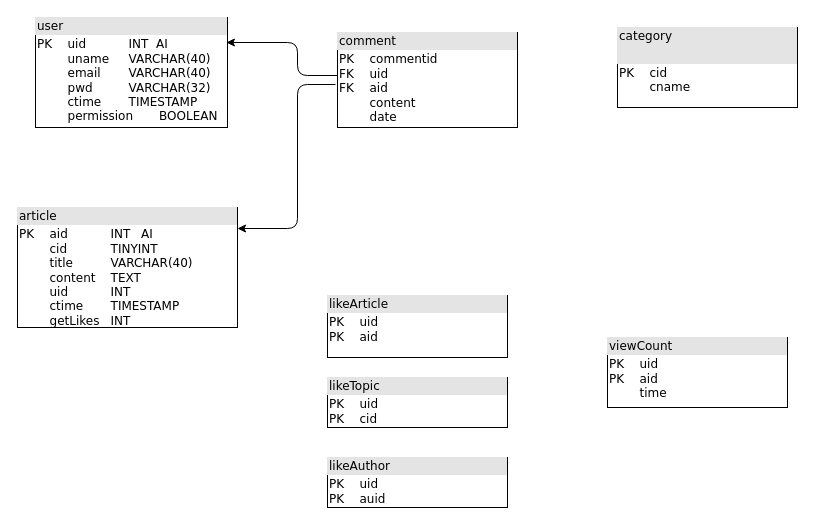
fluyrfy/NoteBlog keeps this draw.io diagram as SA/資料庫規劃.drawio. Above is the earlier version. Source tidied: cells renumbered, new cells numbered last; positions are measured from the earlier drawing's top-left corner, leaving out a move shared by most shapes. Both pictures are drawn from the tidied source at 100%, with x=0, y=0 at pixel (17, 17).
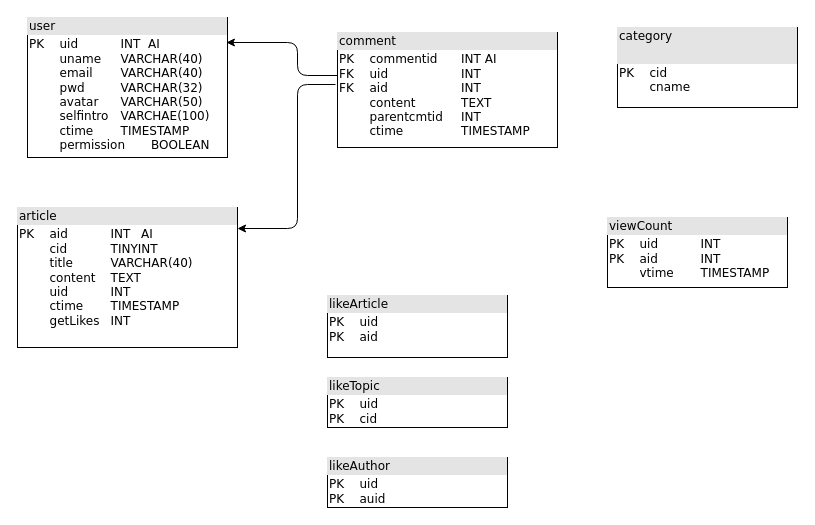
The same diagram, later.

Change to the diagram source:
```diff
@@
 <mxGraphModel>
   <root>
     <mxCell id="0" />
     <mxCell id="1" parent="0" />
-    <mxCell id="2" value="&lt;div style=&quot;box-sizing: border-box ; width: 100% ; background: #e4e4e4 ; padding: 2px&quot;&gt;article&lt;/div&gt;&lt;table style=&quot;width: 100% ; font-size: 1em&quot; cellpadding=&quot;2&quot; cellspacing=&quot;0&quot;&gt;&lt;tbody&gt;&lt;tr&gt;&lt;td&gt;PK&lt;span&gt;&#9;&lt;span style=&quot;white-space: pre&quot;&gt;&#9;&lt;/span&gt;&lt;/span&gt;aid&lt;span&gt;&#9;&lt;span style=&quot;white-space: pre&quot;&gt;&#9;&lt;/span&gt;&lt;span style=&quot;white-space: pre&quot;&gt;&#9;&lt;/span&gt;&lt;/span&gt;INT&lt;span style=&quot;white-space: pre&quot;&gt;&#9;&lt;/span&gt;AI&lt;br&gt;&lt;span&gt;&#9;&lt;/span&gt;&lt;span style=&quot;white-space: pre&quot;&gt;&#9;&lt;/span&gt;cid&lt;span style=&quot;white-space: pre&quot;&gt;&#9;&lt;/span&gt;&lt;span style=&quot;white-space: pre&quot;&gt;&#9;&lt;/span&gt;TINYINT&lt;span&gt;&lt;/span&gt;&lt;br&gt;&lt;span&gt;&#9;&lt;/span&gt;&lt;span&gt;&#9;&lt;/span&gt;&lt;span style=&quot;white-space: pre&quot;&gt;&#9;&lt;/span&gt;title&lt;span style=&quot;white-space: pre&quot;&gt;&#9;&lt;/span&gt;&lt;span style=&quot;white-space: pre&quot;&gt;&#9;&lt;/span&gt;VARCHAR(40)&lt;br&gt;&lt;span&gt;&#9;&lt;/span&gt;&lt;span&gt;&#9;&lt;/span&gt;&lt;span style=&quot;white-space: pre&quot;&gt;&#9;&lt;/span&gt;content&lt;span style=&quot;white-space: pre&quot;&gt;&#9;&lt;/span&gt;TEXT&lt;br&gt;&lt;span&gt;&#9;&lt;/span&gt;&lt;span style=&quot;white-space: pre&quot;&gt;&#9;&lt;/span&gt;uid&lt;span style=&quot;white-space: pre&quot;&gt;&#9;&lt;/span&gt;&lt;span style=&quot;white-space: pre&quot;&gt;&#9;&lt;/span&gt;INT&lt;br&gt;&lt;span&gt;&#9;&lt;/span&gt;&lt;span style=&quot;white-space: pre&quot;&gt;&#9;&lt;/span&gt;ctime&lt;span style=&quot;white-space: pre&quot;&gt;&#9;&lt;/span&gt;TIMESTAMP&lt;br&gt;&lt;span&gt;&#9;&lt;/span&gt;&lt;span&gt;&#9;&lt;/span&gt;&lt;span style=&quot;white-space: pre&quot;&gt;&#9;&lt;/span&gt;getLikes&lt;span style=&quot;white-space: pre&quot;&gt;&#9;&lt;/span&gt;INT&lt;br&gt;&lt;/td&gt;&lt;td&gt;&lt;/td&gt;&lt;/tr&gt;&lt;/tbody&gt;&lt;/table&gt;" style="verticalAlign=top;align=left;overflow=fill;html=1;rounded=0;shadow=0;comic=0;labelBackgroundColor=none;strokeWidth=1;fontFamily=Verdana;fontSize=12;" parent="1" vertex="1">
-      <mxGeometry y="190" width="220" height="120" as="geometry" />
+    <mxCell id="2" value="&lt;div style=&quot;box-sizing: border-box ; width: 100% ; background: #e4e4e4 ; padding: 2px&quot;&gt;article&lt;/div&gt;&lt;table style=&quot;width: 100% ; font-size: 1em&quot; cellpadding=&quot;2&quot; cellspacing=&quot;0&quot;&gt;&lt;tbody&gt;&lt;tr&gt;&lt;td&gt;PK&lt;span&gt;&#9;&lt;span style=&quot;white-space: pre&quot;&gt;&#9;&lt;/span&gt;&lt;/span&gt;aid&lt;span&gt;&#9;&lt;span style=&quot;white-space: pre&quot;&gt;&#9;&lt;/span&gt;&lt;span style=&quot;white-space: pre&quot;&gt;&#9;&lt;/span&gt;&lt;/span&gt;INT&lt;span style=&quot;white-space: pre&quot;&gt;&#9;&lt;/span&gt;AI&lt;br&gt;&lt;span&gt;&#9;&lt;/span&gt;&lt;span style=&quot;white-space: pre&quot;&gt;&#9;&lt;/span&gt;cid&lt;span style=&quot;white-space: pre&quot;&gt;&#9;&lt;/span&gt;&lt;span style=&quot;white-space: pre&quot;&gt;&#9;&lt;/span&gt;TINYINT&lt;span&gt;&lt;/span&gt;&lt;br&gt;&lt;span&gt;&#9;&lt;/span&gt;&lt;span&gt;&#9;&lt;/span&gt;&lt;span style=&quot;white-space: pre&quot;&gt;&#9;&lt;/span&gt;title&lt;span style=&quot;white-space: pre&quot;&gt;&#9;&lt;/span&gt;&lt;span style=&quot;white-space: pre&quot;&gt;&#9;&lt;/span&gt;VARCHAR(40)&lt;br&gt;&lt;span&gt;&#9;&lt;/span&gt;&lt;span&gt;&#9;&lt;/span&gt;&lt;span style=&quot;white-space: pre&quot;&gt;&#9;&lt;/span&gt;content&lt;span style=&quot;white-space: pre&quot;&gt;&#9;&lt;/span&gt;TEXT&lt;br&gt;&lt;span&gt;&#9;&lt;/span&gt;&lt;span style=&quot;white-space: pre&quot;&gt;&#9;&lt;/span&gt;uid&lt;span style=&quot;white-space: pre&quot;&gt;&#9;&lt;/span&gt;&lt;span style=&quot;white-space: pre&quot;&gt;&#9;&lt;/span&gt;INT&lt;br&gt;&lt;span&gt;&#9;&lt;/span&gt;&lt;span style=&quot;white-space: pre&quot;&gt;&#9;&lt;/span&gt;ctime&lt;span style=&quot;white-space: pre&quot;&gt;&#9;&lt;/span&gt;TIMESTAMP&lt;br&gt;&lt;span&gt;&#9;&lt;/span&gt;&lt;span&gt;&#9;&lt;/span&gt;&lt;span style=&quot;white-space: pre&quot;&gt;&#9;&lt;/span&gt;getLikes&lt;span style=&quot;white-space: pre&quot;&gt;&#9;&lt;/span&gt;INT&lt;br&gt;&lt;br&gt;&lt;/td&gt;&lt;td&gt;&lt;/td&gt;&lt;/tr&gt;&lt;/tbody&gt;&lt;/table&gt;" style="verticalAlign=top;align=left;overflow=fill;html=1;rounded=0;shadow=0;comic=0;labelBackgroundColor=none;strokeWidth=1;fontFamily=Verdana;fontSize=12;" parent="1" vertex="1">
+      <mxGeometry y="190" width="220" height="140" as="geometry" />
     </mxCell>
-    <mxCell id="3" value="&lt;div style=&quot;box-sizing: border-box ; width: 100% ; background: #e4e4e4 ; padding: 2px&quot;&gt;user&lt;/div&gt;&lt;table style=&quot;width: 100% ; font-size: 1em&quot; cellpadding=&quot;2&quot; cellspacing=&quot;0&quot;&gt;&lt;tbody&gt;&lt;tr&gt;&lt;td&gt;PK&lt;span style=&quot;white-space: pre&quot;&gt;&#9;&lt;/span&gt;uid&lt;span style=&quot;white-space: pre&quot;&gt;&#9;&lt;span style=&quot;white-space: pre&quot;&gt;&#9;&lt;/span&gt;&lt;/span&gt;INT&amp;nbsp; AI&lt;span style=&quot;white-space: pre&quot;&gt;&#9;&lt;/span&gt;&lt;br&gt;&lt;span style=&quot;white-space: pre&quot;&gt;&#9;&lt;/span&gt;uname&lt;span style=&quot;white-space: pre&quot;&gt;&#9;&lt;/span&gt;VARCHAR(40)&lt;br&gt;&lt;span style=&quot;white-space: pre&quot;&gt;&#9;&lt;/span&gt;email&lt;span style=&quot;white-space: pre&quot;&gt;&#9;&lt;/span&gt;VARCHAR(40)&lt;br&gt;&lt;span style=&quot;white-space: pre&quot;&gt;&#9;&lt;/span&gt;pwd&lt;span style=&quot;white-space: pre&quot;&gt;&#9;&lt;/span&gt;&lt;span style=&quot;white-space: pre&quot;&gt;&#9;&lt;/span&gt;VARCHAR(32)&lt;br&gt;&lt;span style=&quot;white-space: pre&quot;&gt;&#9;&lt;/span&gt;ctime&lt;span style=&quot;white-space: pre&quot;&gt;&#9;&lt;/span&gt;TIMESTAMP&lt;br&gt;&lt;span style=&quot;white-space: pre&quot;&gt;&#9;&lt;/span&gt;permission&lt;span style=&quot;white-space: pre&quot;&gt;&#9;&lt;/span&gt;BOOLEAN&lt;br&gt;&lt;/td&gt;&lt;td&gt;&lt;/td&gt;&lt;/tr&gt;&lt;/tbody&gt;&lt;/table&gt;" style="verticalAlign=top;align=left;overflow=fill;html=1;rounded=0;shadow=0;comic=0;labelBackgroundColor=none;strokeWidth=1;fontFamily=Verdana;fontSize=12;" parent="1" vertex="1">
-      <mxGeometry x="18" width="192" height="110" as="geometry" />
+    <mxCell id="3" value="&lt;div style=&quot;box-sizing: border-box ; width: 100% ; background: #e4e4e4 ; padding: 2px&quot;&gt;user&lt;/div&gt;&lt;table style=&quot;width: 100% ; font-size: 1em&quot; cellpadding=&quot;2&quot; cellspacing=&quot;0&quot;&gt;&lt;tbody&gt;&lt;tr&gt;&lt;td&gt;PK&lt;span style=&quot;white-space: pre&quot;&gt;&#9;&lt;/span&gt;uid&lt;span style=&quot;white-space: pre&quot;&gt;&#9;&lt;span style=&quot;white-space: pre&quot;&gt;&#9;&lt;/span&gt;&lt;/span&gt;INT&amp;nbsp; AI&lt;span style=&quot;white-space: pre&quot;&gt;&#9;&lt;/span&gt;&lt;br&gt;&lt;span style=&quot;white-space: pre&quot;&gt;&#9;&lt;/span&gt;uname&lt;span style=&quot;white-space: pre&quot;&gt;&#9;&lt;/span&gt;VARCHAR(40)&lt;br&gt;&lt;span style=&quot;white-space: pre&quot;&gt;&#9;&lt;/span&gt;email&lt;span style=&quot;white-space: pre&quot;&gt;&#9;&lt;/span&gt;VARCHAR(40)&lt;br&gt;&lt;span style=&quot;white-space: pre&quot;&gt;&#9;&lt;/span&gt;pwd&lt;span style=&quot;white-space: pre&quot;&gt;&#9;&lt;/span&gt;&lt;span style=&quot;white-space: pre&quot;&gt;&#9;&lt;/span&gt;VARCHAR(32)&lt;br&gt;&lt;span style=&quot;white-space: pre&quot;&gt;&#9;&lt;/span&gt;avatar&lt;span style=&quot;white-space: pre&quot;&gt;&#9;&lt;/span&gt;VARCHAR(50)&lt;br&gt;&lt;span style=&quot;white-space: pre&quot;&gt;&#9;&lt;/span&gt;selfintro&lt;span style=&quot;white-space: pre&quot;&gt;&#9;&lt;/span&gt;VARCHAE(100)&lt;br&gt;&lt;span style=&quot;white-space: pre&quot;&gt;&#9;&lt;/span&gt;ctime&lt;span style=&quot;white-space: pre&quot;&gt;&#9;&lt;/span&gt;TIMESTAMP&lt;br&gt;&lt;span style=&quot;white-space: pre&quot;&gt;&#9;&lt;/span&gt;permission&lt;span style=&quot;white-space: pre&quot;&gt;&#9;&lt;/span&gt;BOOLEAN&lt;br&gt;&lt;/td&gt;&lt;td&gt;&lt;/td&gt;&lt;/tr&gt;&lt;/tbody&gt;&lt;/table&gt;" style="verticalAlign=top;align=left;overflow=fill;html=1;rounded=0;shadow=0;comic=0;labelBackgroundColor=none;strokeWidth=1;fontFamily=Verdana;fontSize=12;" parent="1" vertex="1">
+      <mxGeometry x="10" width="200" height="140" as="geometry" />
     </mxCell>
-    <mxCell id="4" value="&lt;div style=&quot;box-sizing: border-box ; width: 100% ; background: #e4e4e4 ; padding: 2px&quot;&gt;comment&lt;/div&gt;&lt;table style=&quot;width: 100% ; font-size: 1em&quot; cellpadding=&quot;2&quot; cellspacing=&quot;0&quot;&gt;&lt;tbody&gt;&lt;tr&gt;&lt;td&gt;PK&lt;span style=&quot;white-space: pre&quot;&gt;&#9;&lt;/span&gt;commentid&lt;br&gt;FK&lt;span style=&quot;white-space: pre&quot;&gt;&#9;&lt;/span&gt;uid&lt;br&gt;FK&lt;span style=&quot;white-space: pre&quot;&gt;&#9;&lt;/span&gt;aid&lt;br&gt;&lt;span style=&quot;white-space: pre&quot;&gt;&#9;&lt;/span&gt;content&lt;br&gt;&lt;span style=&quot;white-space: pre&quot;&gt;&#9;&lt;/span&gt;date&lt;br&gt;&lt;/td&gt;&lt;td&gt;&lt;/td&gt;&lt;/tr&gt;&lt;/tbody&gt;&lt;/table&gt;" style="verticalAlign=top;align=left;overflow=fill;html=1;rounded=0;shadow=0;comic=0;labelBackgroundColor=none;strokeWidth=1;fontFamily=Verdana;fontSize=12;" parent="1" vertex="1">
-      <mxGeometry x="320" y="15" width="180" height="95" as="geometry" />
+    <mxCell id="4" value="&lt;div style=&quot;box-sizing: border-box ; width: 100% ; background: #e4e4e4 ; padding: 2px&quot;&gt;comment&lt;/div&gt;&lt;table style=&quot;width: 100% ; font-size: 1em&quot; cellpadding=&quot;2&quot; cellspacing=&quot;0&quot;&gt;&lt;tbody&gt;&lt;tr&gt;&lt;td&gt;PK&lt;span style=&quot;white-space: pre&quot;&gt;&#9;&lt;/span&gt;commentid&lt;span style=&quot;white-space: pre&quot;&gt;&#9;&lt;/span&gt;INT AI&lt;br&gt;FK&lt;span style=&quot;white-space: pre&quot;&gt;&#9;&lt;/span&gt;uid&lt;span style=&quot;white-space: pre&quot;&gt;&#9;&lt;/span&gt;&lt;span style=&quot;white-space: pre&quot;&gt;&#9;&lt;/span&gt;&lt;span style=&quot;white-space: pre&quot;&gt;&#9;&lt;/span&gt;INT&lt;br&gt;FK&lt;span style=&quot;white-space: pre&quot;&gt;&#9;&lt;/span&gt;aid&lt;span style=&quot;white-space: pre&quot;&gt;&#9;&lt;/span&gt;&lt;span style=&quot;white-space: pre&quot;&gt;&#9;&lt;/span&gt;&lt;span style=&quot;white-space: pre&quot;&gt;&#9;&lt;/span&gt;INT&lt;br&gt;&lt;span style=&quot;white-space: pre&quot;&gt;&#9;&lt;/span&gt;content&lt;span style=&quot;white-space: pre&quot;&gt;&#9;&lt;/span&gt;&lt;span style=&quot;white-space: pre&quot;&gt;&#9;&lt;/span&gt;TEXT&lt;br&gt;&lt;span style=&quot;white-space: pre&quot;&gt;&#9;&lt;/span&gt;parentcmtid&lt;span style=&quot;white-space: pre&quot;&gt;&#9;&lt;/span&gt;INT&lt;br&gt;&lt;span style=&quot;white-space: pre&quot;&gt;&#9;&lt;/span&gt;ctime&lt;span style=&quot;white-space: pre&quot;&gt;&#9;&lt;/span&gt;&lt;span style=&quot;white-space: pre&quot;&gt;&#9;&lt;/span&gt;TIMESTAMP&lt;br&gt;&lt;/td&gt;&lt;td&gt;&lt;/td&gt;&lt;/tr&gt;&lt;/tbody&gt;&lt;/table&gt;" style="verticalAlign=top;align=left;overflow=fill;html=1;rounded=0;shadow=0;comic=0;labelBackgroundColor=none;strokeWidth=1;fontFamily=Verdana;fontSize=12;" parent="1" vertex="1">
+      <mxGeometry x="320" y="15" width="220" height="115" as="geometry" />
     </mxCell>
     <mxCell id="5" style="endArrow=classic;html=1;entryX=0.994;entryY=0.157;entryDx=0;entryDy=0;entryPerimeter=0;exitX=0;exitY=0.5;exitDx=0;exitDy=0;" parent="1" edge="1">
       <mxGeometry relative="1" as="geometry">
         <mxPoint x="320" y="58" as="sourcePoint" />
         <mxPoint x="208.9" y="25" as="targetPoint" />
         <Array as="points">
           <mxPoint x="280" y="58" />
           <mxPoint x="280" y="25" />
         </Array>
       </mxGeometry>
     </mxCell>
     <mxCell id="6" style="endArrow=classic;html=1;" parent="1" edge="1">
       <mxGeometry relative="1" as="geometry">
         <mxPoint x="318" y="67" as="sourcePoint" />
         <mxPoint x="220" y="211" as="targetPoint" />
         <Array as="points">
           <mxPoint x="280" y="67" />
           <mxPoint x="280" y="211" />
         </Array>
       </mxGeometry>
     </mxCell>
     <mxCell id="7" value="&lt;div style=&quot;box-sizing: border-box ; width: 100% ; background: #e4e4e4 ; padding: 2px&quot;&gt;likeArticle&lt;/div&gt;&lt;table style=&quot;width: 100% ; font-size: 1em&quot; cellpadding=&quot;2&quot; cellspacing=&quot;0&quot;&gt;&lt;tbody&gt;&lt;tr&gt;&lt;td&gt;PK&lt;span style=&quot;white-space: pre&quot;&gt;&#9;&lt;/span&gt;uid&lt;br&gt;PK&lt;span style=&quot;white-space: pre&quot;&gt;&#9;&lt;/span&gt;aid&lt;br&gt;&lt;/td&gt;&lt;td&gt;&lt;/td&gt;&lt;/tr&gt;&lt;/tbody&gt;&lt;/table&gt;" style="verticalAlign=top;align=left;overflow=fill;html=1;rounded=0;shadow=0;comic=0;labelBackgroundColor=none;strokeWidth=1;fontFamily=Verdana;fontSize=12;" parent="1" vertex="1">
       <mxGeometry x="310" y="278" width="180" height="62" as="geometry" />
     </mxCell>
     <mxCell id="8" value="&lt;div style=&quot;box-sizing: border-box ; width: 100% ; background: #e4e4e4 ; padding: 2px&quot;&gt;category&lt;/div&gt;&lt;div style=&quot;box-sizing: border-box ; width: 100% ; background: #e4e4e4 ; padding: 2px&quot;&gt;&lt;br&gt;&lt;/div&gt;&lt;table style=&quot;width: 100% ; font-size: 1em&quot; cellpadding=&quot;2&quot; cellspacing=&quot;0&quot;&gt;&lt;tbody&gt;&lt;tr&gt;&lt;td&gt;PK&lt;span style=&quot;white-space: pre&quot;&gt;&#9;&lt;/span&gt;cid&lt;br&gt;&lt;span style=&quot;white-space: pre&quot;&gt;&#9;&lt;/span&gt;cname&lt;br&gt;&lt;br&gt;&lt;/td&gt;&lt;td&gt;&lt;/td&gt;&lt;/tr&gt;&lt;/tbody&gt;&lt;/table&gt;" style="verticalAlign=top;align=left;overflow=fill;html=1;rounded=0;shadow=0;comic=0;labelBackgroundColor=none;strokeWidth=1;fontFamily=Verdana;fontSize=12;" parent="1" vertex="1">
       <mxGeometry x="600" y="10" width="180" height="80" as="geometry" />
     </mxCell>
-    <mxCell id="9" value="&lt;div style=&quot;box-sizing: border-box ; width: 100% ; background: #e4e4e4 ; padding: 2px&quot;&gt;viewCount&lt;/div&gt;&lt;table style=&quot;width: 100% ; font-size: 1em&quot; cellpadding=&quot;2&quot; cellspacing=&quot;0&quot;&gt;&lt;tbody&gt;&lt;tr&gt;&lt;td&gt;PK&lt;span style=&quot;white-space: pre&quot;&gt;&#9;&lt;/span&gt;uid&lt;br&gt;PK&lt;span style=&quot;white-space: pre&quot;&gt;&#9;&lt;/span&gt;aid&lt;br&gt;&lt;span style=&quot;white-space: pre&quot;&gt;&#9;&lt;/span&gt;time&lt;br&gt;&lt;/td&gt;&lt;td&gt;&lt;/td&gt;&lt;/tr&gt;&lt;/tbody&gt;&lt;/table&gt;" style="verticalAlign=top;align=left;overflow=fill;html=1;rounded=0;shadow=0;comic=0;labelBackgroundColor=none;strokeWidth=1;fontFamily=Verdana;fontSize=12;" parent="1" vertex="1">
-      <mxGeometry x="590" y="320" width="180" height="70" as="geometry" />
+    <mxCell id="9" value="&lt;div style=&quot;box-sizing: border-box ; width: 100% ; background: #e4e4e4 ; padding: 2px&quot;&gt;viewCount&lt;/div&gt;&lt;table style=&quot;width: 100% ; font-size: 1em&quot; cellpadding=&quot;2&quot; cellspacing=&quot;0&quot;&gt;&lt;tbody&gt;&lt;tr&gt;&lt;td&gt;PK&lt;span style=&quot;white-space: pre&quot;&gt;&#9;&lt;/span&gt;uid&lt;span style=&quot;white-space: pre&quot;&gt;&#9;&lt;/span&gt;&lt;span style=&quot;white-space: pre&quot;&gt;&#9;&lt;/span&gt;INT&lt;br&gt;PK&lt;span style=&quot;white-space: pre&quot;&gt;&#9;&lt;/span&gt;aid&lt;span style=&quot;white-space: pre&quot;&gt;&#9;&lt;/span&gt;&lt;span style=&quot;white-space: pre&quot;&gt;&#9;&lt;/span&gt;INT&lt;br&gt;&lt;span style=&quot;white-space: pre&quot;&gt;&#9;&lt;/span&gt;vtime&lt;span style=&quot;white-space: pre&quot;&gt;&#9;&lt;/span&gt;TIMESTAMP&lt;br&gt;&lt;/td&gt;&lt;td&gt;&lt;/td&gt;&lt;/tr&gt;&lt;/tbody&gt;&lt;/table&gt;" style="verticalAlign=top;align=left;overflow=fill;html=1;rounded=0;shadow=0;comic=0;labelBackgroundColor=none;strokeWidth=1;fontFamily=Verdana;fontSize=12;" parent="1" vertex="1">
+      <mxGeometry x="590" y="200" width="180" height="70" as="geometry" />
     </mxCell>
     <mxCell id="10" value="&lt;div style=&quot;box-sizing: border-box ; width: 100% ; background: #e4e4e4 ; padding: 2px&quot;&gt;likeTopic&lt;/div&gt;&lt;table style=&quot;width: 100% ; font-size: 1em&quot; cellpadding=&quot;2&quot; cellspacing=&quot;0&quot;&gt;&lt;tbody&gt;&lt;tr&gt;&lt;td&gt;PK&lt;span style=&quot;white-space: pre&quot;&gt;&#9;&lt;/span&gt;uid&lt;br&gt;PK&lt;span style=&quot;white-space: pre&quot;&gt;&#9;&lt;/span&gt;cid&lt;br&gt;&lt;/td&gt;&lt;td&gt;&lt;/td&gt;&lt;/tr&gt;&lt;/tbody&gt;&lt;/table&gt;" style="verticalAlign=top;align=left;overflow=fill;html=1;rounded=0;shadow=0;comic=0;labelBackgroundColor=none;strokeWidth=1;fontFamily=Verdana;fontSize=12;" parent="1" vertex="1">
       <mxGeometry x="310" y="360" width="180" height="50" as="geometry" />
     </mxCell>
     <mxCell id="11" value="&lt;div style=&quot;box-sizing: border-box ; width: 100% ; background: #e4e4e4 ; padding: 2px&quot;&gt;likeAuthor&lt;/div&gt;&lt;table style=&quot;width: 100% ; font-size: 1em&quot; cellpadding=&quot;2&quot; cellspacing=&quot;0&quot;&gt;&lt;tbody&gt;&lt;tr&gt;&lt;td&gt;PK&lt;span style=&quot;white-space: pre&quot;&gt;&#9;&lt;/span&gt;uid&lt;br&gt;PK&lt;span style=&quot;white-space: pre&quot;&gt;&#9;&lt;/span&gt;auid&lt;br&gt;&lt;/td&gt;&lt;td&gt;&lt;/td&gt;&lt;/tr&gt;&lt;/tbody&gt;&lt;/table&gt;" style="verticalAlign=top;align=left;overflow=fill;html=1;rounded=0;shadow=0;comic=0;labelBackgroundColor=none;strokeWidth=1;fontFamily=Verdana;fontSize=12;" parent="1" vertex="1">
       <mxGeometry x="310" y="440" width="180" height="50" as="geometry" />
     </mxCell>
   </root>
 </mxGraphModel>
```
